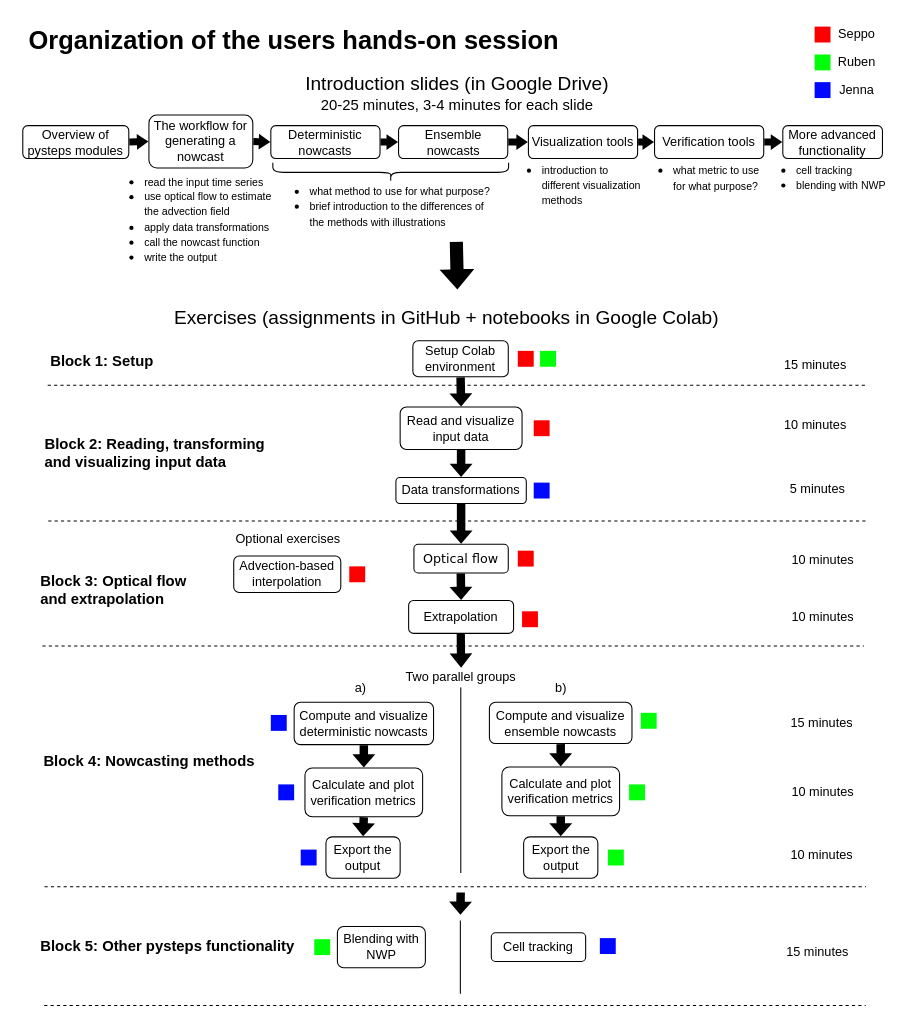
pySTEPS/ERAD-nowcasting-course-2022 keeps this draw.io diagram as hands-on-session-users/session_overview.drawio. Above is the earlier version. Source tidied: cells renumbered, new cells numbered last; positions are measured from the earlier drawing's top-left corner, leaving out a move shared by most shapes. Both pictures are drawn from the tidied source at 106%, with x=0, y=0 at pixel (18, 18).
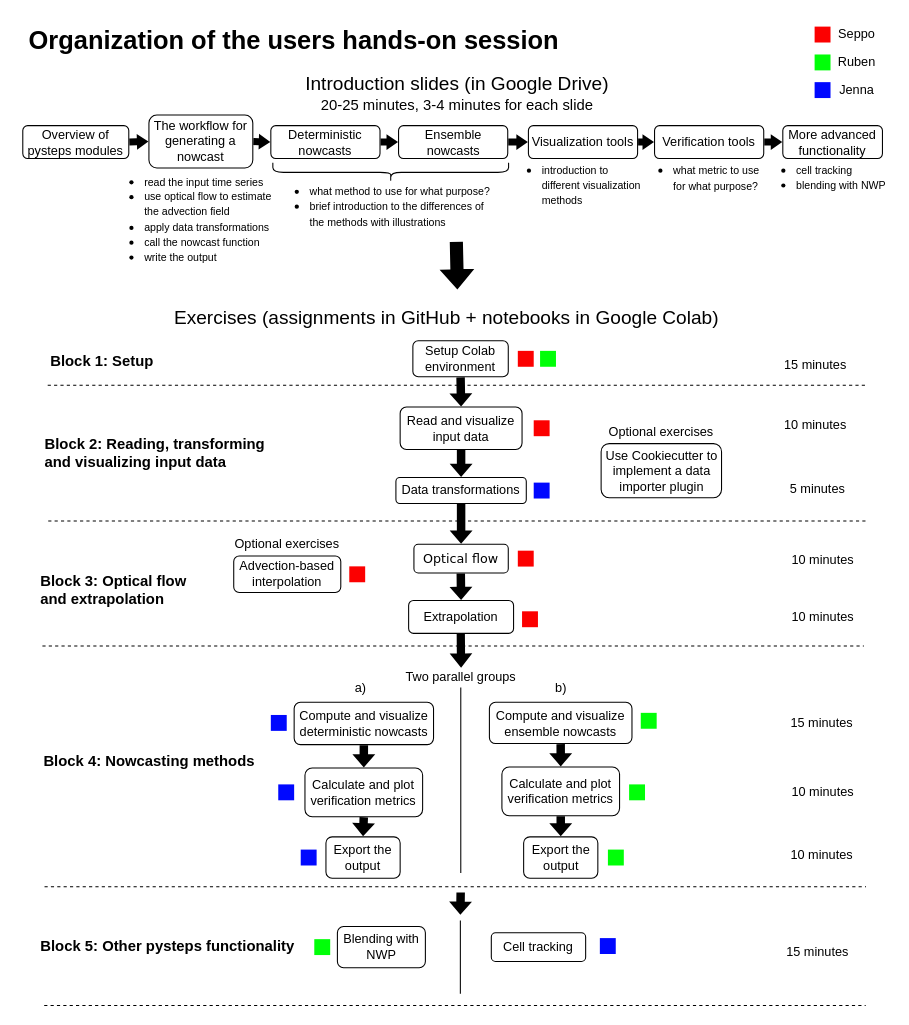
After the change.

Commit message:
Add optional exercise for implementing a custom data importer

What changed in the source:
```diff
@@
     <mxCell id="91" value="&lt;font style=&quot;font-size: 12px;&quot; face=&quot;Arial&quot;&gt;&lt;span style=&quot;&quot;&gt;Optional exercises&lt;br&gt;&lt;/span&gt;&lt;/font&gt;" style="text;html=1;strokeColor=none;fillColor=none;align=center;verticalAlign=middle;whiteSpace=wrap;rounded=0;" parent="1" vertex="1">
-      <mxGeometry x="201.7" y="480" width="104.8" height="22" as="geometry" />
+      <mxGeometry x="201.1" y="485" width="104.8" height="22" as="geometry" />
     </mxCell>
@@
+    <mxCell id="95" value="&lt;font face=&quot;Arial&quot;&gt;Use Cookiecutter to implement a data importer plugin&lt;br&gt;&lt;/font&gt;" style="rounded=1;whiteSpace=wrap;html=1;" parent="1" vertex="1">
+      <mxGeometry x="549.6" y="401" width="113.6" height="51" as="geometry" />
+    </mxCell>
+    <mxCell id="96" value="&lt;font style=&quot;font-size: 12px;&quot; face=&quot;Arial&quot;&gt;&lt;span style=&quot;&quot;&gt;Optional exercises&lt;br&gt;&lt;/span&gt;&lt;/font&gt;" style="text;html=1;strokeColor=none;fillColor=none;align=center;verticalAlign=middle;whiteSpace=wrap;rounded=0;" parent="1" vertex="1">
+      <mxGeometry x="554" y="379" width="104.8" height="22" as="geometry" />
+    </mxCell>
```
